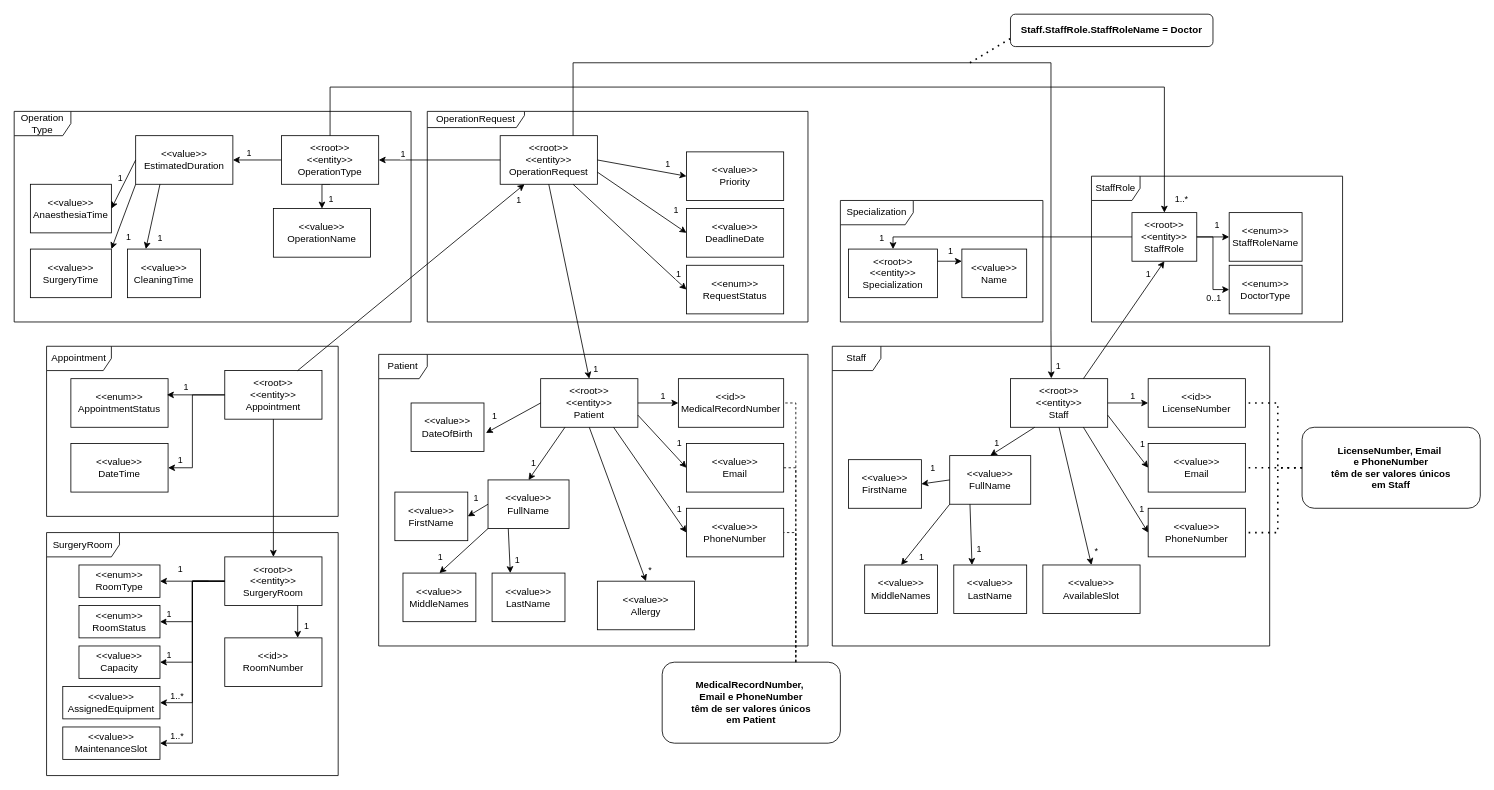
andredsferreira/p5sem-3dj-g59 keeps this draw.io diagram as docs/geral/domain_model/images/Modelo_Dominio.drawio. Above is the earlier version. Source tidied: cells renumbered, new cells numbered last; positions are measured from the earlier drawing's top-left corner, leaving out a move shared by most shapes. Both pictures are drawn from the tidied source at 81%, with x=0, y=0 at pixel (14, 14).
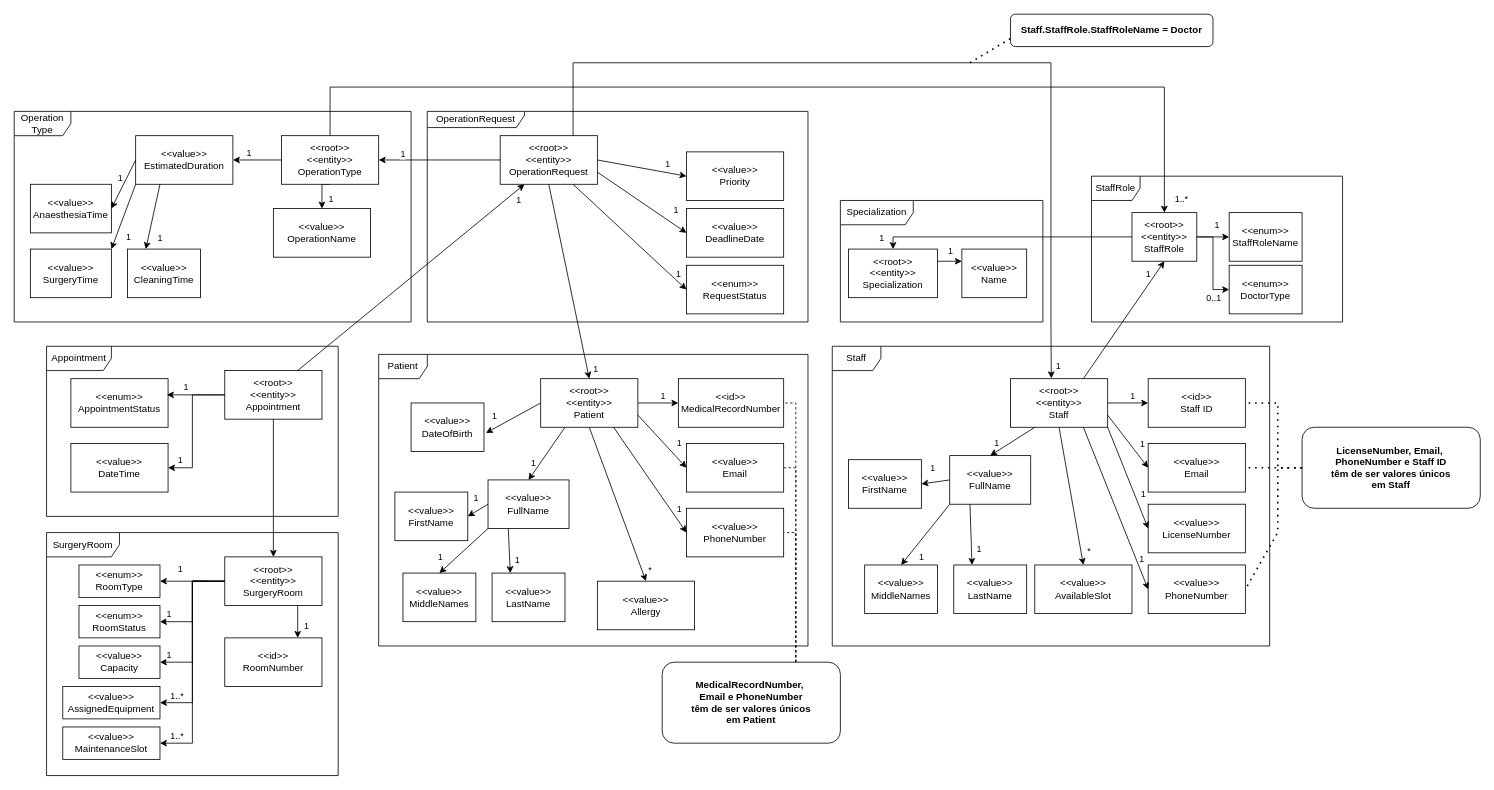
The same diagram, later.

Unchanged cells that the change refers to:
```xml
<mxCell id="39" value="&amp;lt;&amp;lt;root&amp;gt;&amp;gt;&lt;div&gt;&amp;lt;&amp;lt;entity&amp;gt;&amp;gt;&lt;/div&gt;&lt;div&gt;Staff&lt;/div&gt;" style="whiteSpace=wrap;html=1;" parent="1" vertex="1">
  <mxGeometry x="1230" y="450" width="120" height="60" as="geometry" />
</mxCell>
```

Change to the diagram source:
```diff
@@
-    <mxCell id="46" value="&amp;lt;&amp;lt;id&amp;gt;&amp;gt;&lt;div&gt;LicenseNumber&lt;/div&gt;" style="whiteSpace=wrap;html=1;" parent="1" vertex="1">
+    <mxCell id="46" value="&amp;lt;&amp;lt;id&amp;gt;&amp;gt;&lt;div&gt;Staff ID&lt;/div&gt;" style="whiteSpace=wrap;html=1;" parent="1" vertex="1">
       <mxGeometry x="1400" y="450" width="120" height="60" as="geometry" />
     </mxCell>
@@
     <mxCell id="52" value="&amp;lt;&amp;lt;value&amp;gt;&amp;gt;&lt;div&gt;PhoneNumber&lt;/div&gt;" style="whiteSpace=wrap;html=1;" parent="1" vertex="1">
-      <mxGeometry x="1400" y="610" width="120" height="60" as="geometry" />
+      <mxGeometry x="1400" y="680" width="120" height="60" as="geometry" />
     </mxCell>
@@
     <mxCell id="56" value="&amp;lt;&amp;lt;value&amp;gt;&amp;gt;&lt;div&gt;AvailableSlot&lt;/div&gt;" style="whiteSpace=wrap;html=1;" parent="1" vertex="1">
-      <mxGeometry x="1270" y="680" width="120" height="60" as="geometry" />
+      <mxGeometry x="1260" y="680" width="120" height="60" as="geometry" />
     </mxCell>
-    <mxCell id="57" value="&lt;b&gt;LicenseNumber, Email&amp;nbsp;&lt;/b&gt;&lt;div&gt;&lt;b&gt;e PhoneNumber&lt;/b&gt;&lt;div&gt;&lt;b&gt;têm de ser valores únicos&lt;/b&gt;&lt;/div&gt;&lt;/div&gt;&lt;div&gt;&lt;b&gt;em Staff&lt;/b&gt;&lt;/div&gt;" style="rounded=1;whiteSpace=wrap;html=1;" parent="1" vertex="1">
+    <mxCell id="57" value="&lt;b&gt;LicenseNumber, Email,&amp;nbsp;&lt;/b&gt;&lt;div&gt;&lt;b style=&quot;background-color: initial;&quot;&gt;PhoneNumber e Staff ID&lt;/b&gt;&lt;div&gt;&lt;div&gt;&lt;b&gt;têm de ser valores únicos&lt;/b&gt;&lt;/div&gt;&lt;/div&gt;&lt;div&gt;&lt;b&gt;em Staff&lt;/b&gt;&lt;/div&gt;&lt;/div&gt;" style="rounded=1;whiteSpace=wrap;html=1;" parent="1" vertex="1">
       <mxGeometry x="1590" y="510" width="220" height="100" as="geometry" />
     </mxCell>
@@
+    <mxCell id="151" value="&amp;lt;&amp;lt;value&amp;gt;&amp;gt;&lt;div&gt;LicenseNumber&lt;br&gt;&lt;/div&gt;" style="whiteSpace=wrap;html=1;" parent="1" vertex="1">
+      <mxGeometry x="1400" y="605" width="120" height="60" as="geometry" />
+    </mxCell>
+    <mxCell id="152" style="endArrow=classic;html=1;rounded=0;entryX=0;entryY=0.5;entryDx=0;entryDy=0;exitX=1;exitY=1;exitDx=0;exitDy=0;" parent="1" edge="1" source="39" target="151">
+      <mxGeometry relative="1" as="geometry" />
+    </mxCell>
+    <mxCell id="153" value="1" style="edgeLabel;html=1;align=center;verticalAlign=middle;" parent="152" vertex="1">
+      <mxGeometry x="0.54" y="3" relative="1" as="geometry">
+        <mxPoint x="2" y="-13" as="offset" />
+      </mxGeometry>
+    </mxCell>
```
